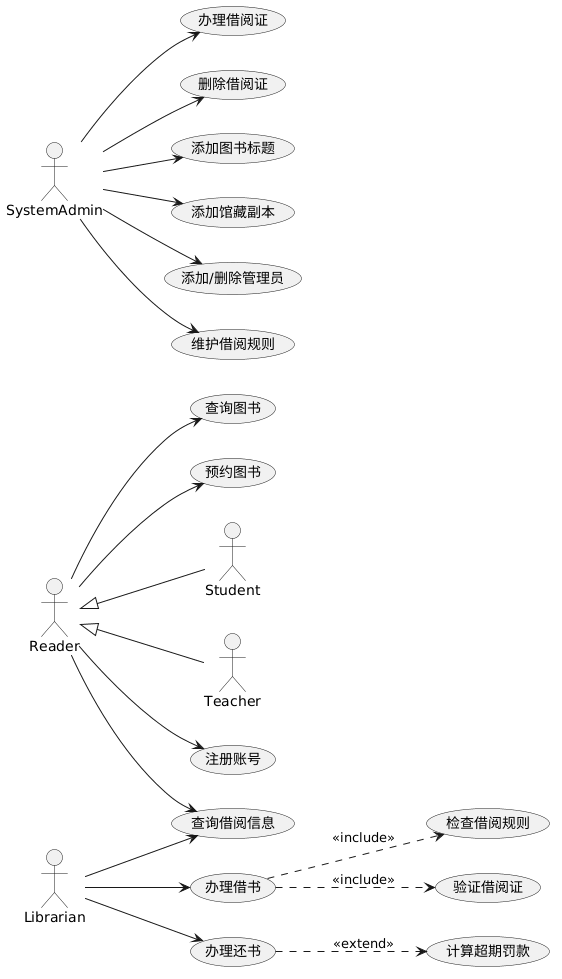
Before: specs/04-use-case-model.png, a diagram exported from PlantUML (Libra426/Conversational-Book-Management-System-Based-on-CodeBuddy). The source it was exported from:
```plantuml
@startuml
left to right direction

actor Reader
actor Student
actor Teacher
actor Librarian
actor SystemAdmin

Reader <|-- Student
Reader <|-- Teacher

usecase "注册账号" as UC_Register
usecase "查询图书" as UC_QueryBook
usecase "查询借阅信息" as UC_QueryLoan
usecase "预约图书" as UC_Reserve
usecase "办理借书" as UC_Borrow
usecase "办理还书" as UC_Return
usecase "验证借阅证" as UC_ValidateCard
usecase "检查借阅规则" as UC_CheckPolicy
usecase "计算超期罚款" as UC_CalcFine
usecase "办理借阅证" as UC_IssueCard
usecase "删除借阅证" as UC_RevokeCard
usecase "添加图书标题" as UC_AddTitle
usecase "添加馆藏副本" as UC_AddItem
usecase "添加/删除管理员" as UC_MaintainAdmin
usecase "维护借阅规则" as UC_MaintainRule

Reader --> UC_Register
Reader --> UC_QueryBook
Reader --> UC_QueryLoan
Reader --> UC_Reserve

Librarian --> UC_Borrow
Librarian --> UC_Return
Librarian --> UC_QueryLoan

UC_Borrow ..> UC_ValidateCard : <<include>>
UC_Borrow ..> UC_CheckPolicy : <<include>>
UC_Return ..> UC_CalcFine : <<extend>>

SystemAdmin --> UC_IssueCard
SystemAdmin --> UC_RevokeCard
SystemAdmin --> UC_AddTitle
SystemAdmin --> UC_AddItem
SystemAdmin --> UC_MaintainAdmin
SystemAdmin --> UC_MaintainRule
@enduml
```
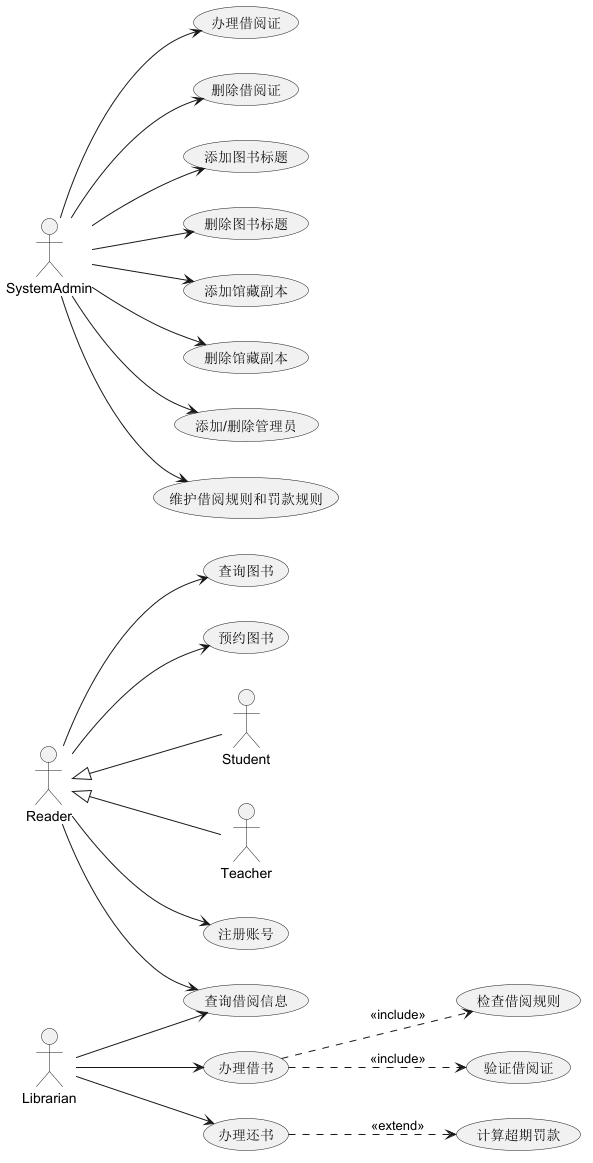
After the commit.

Diff of the diagram source:
```diff
@@ -22,9 +22,11 @@
 usecase "办理借阅证" as UC_IssueCard
 usecase "删除借阅证" as UC_RevokeCard
 usecase "添加图书标题" as UC_AddTitle
+usecase "删除图书标题" as UC_DeleteTitle
 usecase "添加馆藏副本" as UC_AddItem
+usecase "删除馆藏副本" as UC_DeleteItem
 usecase "添加/删除管理员" as UC_MaintainAdmin
-usecase "维护借阅规则" as UC_MaintainRule
+usecase "维护借阅规则和罚款规则" as UC_MaintainRule
 
 Reader --> UC_Register
 Reader --> UC_QueryBook
@@ -42,7 +44,10 @@
 SystemAdmin --> UC_IssueCard
 SystemAdmin --> UC_RevokeCard
 SystemAdmin --> UC_AddTitle
+SystemAdmin --> UC_DeleteTitle
 SystemAdmin --> UC_AddItem
+SystemAdmin --> UC_DeleteItem
 SystemAdmin --> UC_MaintainAdmin
 SystemAdmin --> UC_MaintainRule
+
 @enduml
```
